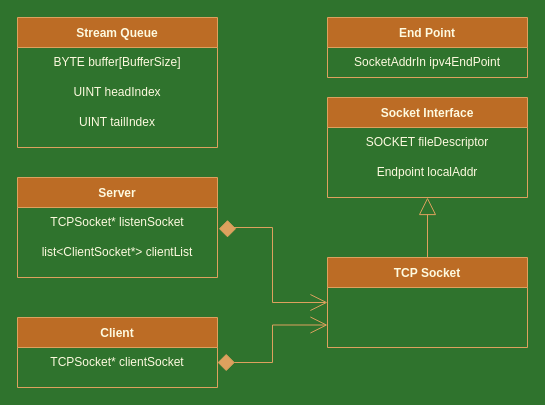
Above: Diagram.drawio in CrustPizza/ServerStudy (draw.io), before the change. Source tidied: cells renumbered, new cells numbered last; positions are measured from the earlier drawing's top-left corner, leaving out a move shared by most shapes. Both pictures are drawn from the tidied source at 100%, with x=0, y=0 at pixel (17, 17).
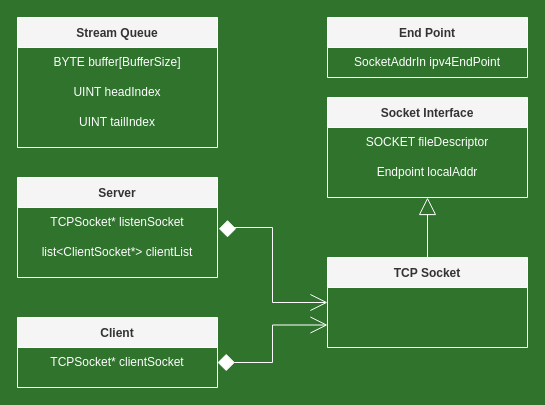
The same diagram, later.

Commit message (it also covers changes not shown here):
Diagram 재수정

What changed in the source:
```diff
@@
-    <mxCell id="2" value="Stream Queue" style="swimlane;startSize=30;fillColor=#BC6C25;strokeColor=#DDA15E;fontColor=#FEFAE0;" parent="1" vertex="1">
+    <mxCell id="2" value="Stream Queue" style="swimlane;startSize=30;fillColor=#f5f5f5;strokeColor=#FFFFFF;fontColor=#333333;labelBackgroundColor=none;" parent="1" vertex="1">
       <mxGeometry width="200" height="130" as="geometry" />
     </mxCell>
-    <mxCell id="3" value="BYTE buffer[BufferSize]" style="text;html=1;strokeColor=none;fillColor=none;align=center;verticalAlign=middle;whiteSpace=wrap;rounded=0;fontColor=#FEFAE0;" parent="2" vertex="1">
+    <mxCell id="3" value="BYTE buffer[BufferSize]" style="text;html=1;strokeColor=none;fillColor=none;align=center;verticalAlign=middle;whiteSpace=wrap;rounded=0;fontColor=#FFFFFF;" parent="2" vertex="1">
       <mxGeometry y="30" width="200" height="30" as="geometry" />
     </mxCell>
-    <mxCell id="4" value="UINT headIndex" style="text;html=1;strokeColor=none;fillColor=none;align=center;verticalAlign=middle;whiteSpace=wrap;rounded=0;fontColor=#FEFAE0;" parent="2" vertex="1">
+    <mxCell id="4" value="UINT headIndex" style="text;html=1;strokeColor=none;fillColor=none;align=center;verticalAlign=middle;whiteSpace=wrap;rounded=0;fontColor=#FFFFFF;" parent="2" vertex="1">
       <mxGeometry y="60" width="200" height="30" as="geometry" />
     </mxCell>
-    <mxCell id="5" value="UINT tailIndex" style="text;html=1;strokeColor=none;fillColor=none;align=center;verticalAlign=middle;whiteSpace=wrap;rounded=0;fontColor=#FEFAE0;" parent="2" vertex="1">
+    <mxCell id="5" value="UINT tailIndex" style="text;html=1;strokeColor=none;fillColor=none;align=center;verticalAlign=middle;whiteSpace=wrap;rounded=0;fontColor=#FFFFFF;labelBackgroundColor=none;labelBorderColor=none;" parent="2" vertex="1">
       <mxGeometry y="90" width="200" height="30" as="geometry" />
     </mxCell>
-    <mxCell id="6" style="edgeStyle=orthogonalEdgeStyle;rounded=0;jettySize=auto;html=1;entryX=0;entryY=0.5;entryDx=0;entryDy=0;startArrow=diamond;startFill=1;endArrow=open;endFill=0;startSize=15;endSize=15;targetPerimeterSpacing=0;strokeWidth=1;labelBackgroundColor=#283618;strokeColor=#DDA15E;fontColor=#FEFAE0;" parent="1" edge="1" target="11">
+    <mxCell id="6" style="edgeStyle=orthogonalEdgeStyle;rounded=0;jettySize=auto;html=1;entryX=0;entryY=0.5;entryDx=0;entryDy=0;startArrow=diamond;startFill=1;endArrow=open;endFill=0;startSize=15;endSize=15;targetPerimeterSpacing=0;strokeWidth=1;labelBackgroundColor=#283618;strokeColor=#FFFFFF;fontColor=#FEFAE0;" parent="1" edge="1" target="11">
       <mxGeometry relative="1" as="geometry">
         <mxPoint x="210" y="220" as="sourcePoint" />
         <Array as="points">
           <mxPoint x="210" y="210" />
           <mxPoint x="255" y="210" />
           <mxPoint x="255" y="285" />
         </Array>
       </mxGeometry>
     </mxCell>
-    <mxCell id="7" value="Server" style="swimlane;startSize=30;fillColor=#BC6C25;strokeColor=#DDA15E;fontColor=#FEFAE0;" parent="1" vertex="1">
+    <mxCell id="7" value="Server" style="swimlane;startSize=30;fillColor=#f5f5f5;strokeColor=#FFFFFF;fontColor=#333333;" parent="1" vertex="1">
       <mxGeometry y="160" width="200" height="100" as="geometry" />
     </mxCell>
-    <mxCell id="8" value="TCPSocket* listenSocket" style="text;html=1;strokeColor=none;fillColor=none;align=center;verticalAlign=middle;whiteSpace=wrap;rounded=0;fontColor=#FEFAE0;" parent="7" vertex="1">
+    <mxCell id="8" value="TCPSocket* listenSocket" style="text;html=1;strokeColor=none;fillColor=none;align=center;verticalAlign=middle;whiteSpace=wrap;rounded=0;fontColor=#FFFFFF;" parent="7" vertex="1">
       <mxGeometry y="30" width="200" height="30" as="geometry" />
     </mxCell>
-    <mxCell id="9" value="list&amp;lt;ClientSocket*&amp;gt; clientList" style="text;html=1;strokeColor=none;fillColor=none;align=center;verticalAlign=middle;whiteSpace=wrap;rounded=0;fontColor=#FEFAE0;" parent="7" vertex="1">
+    <mxCell id="9" value="list&amp;lt;ClientSocket*&amp;gt; clientList" style="text;html=1;strokeColor=none;fillColor=none;align=center;verticalAlign=middle;whiteSpace=wrap;rounded=0;fontColor=#FFFFFF;" parent="7" vertex="1">
       <mxGeometry y="60" width="200" height="30" as="geometry" />
     </mxCell>
-    <mxCell id="10" style="edgeStyle=orthogonalEdgeStyle;rounded=0;jettySize=auto;html=1;exitX=0.5;exitY=0;exitDx=0;exitDy=0;entryX=0.5;entryY=1;entryDx=0;entryDy=0;strokeWidth=1;startArrow=none;startFill=0;endArrow=block;endFill=0;targetPerimeterSpacing=0;endSize=15;labelBackgroundColor=#283618;strokeColor=#DDA15E;fontColor=#FEFAE0;" parent="1" edge="1" source="11" target="12">
+    <mxCell id="10" style="edgeStyle=orthogonalEdgeStyle;rounded=0;jettySize=auto;html=1;exitX=0.5;exitY=0;exitDx=0;exitDy=0;entryX=0.5;entryY=1;entryDx=0;entryDy=0;strokeWidth=1;startArrow=none;startFill=0;endArrow=block;endFill=0;targetPerimeterSpacing=0;endSize=15;labelBackgroundColor=#283618;strokeColor=#FFFFFF;fontColor=#FEFAE0;" parent="1" edge="1" source="11" target="12">
       <mxGeometry relative="1" as="geometry" />
     </mxCell>
-    <mxCell id="11" value="TCP Socket" style="swimlane;startSize=30;fillColor=#BC6C25;strokeColor=#DDA15E;fontColor=#FEFAE0;" parent="1" vertex="1">
+    <mxCell id="11" value="TCP Socket" style="swimlane;startSize=30;fillColor=#f5f5f5;strokeColor=#FFFFFF;fontColor=#333333;" parent="1" vertex="1">
       <mxGeometry x="310" y="240" width="200" height="90" as="geometry" />
     </mxCell>
-    <mxCell id="12" value="Socket Interface" style="swimlane;startSize=30;fillColor=#BC6C25;strokeColor=#DDA15E;fontColor=#FEFAE0;" parent="1" vertex="1">
+    <mxCell id="12" value="Socket Interface" style="swimlane;startSize=30;fillColor=#f5f5f5;strokeColor=#FFFFFF;fontColor=#333333;" parent="1" vertex="1">
       <mxGeometry x="310" y="80" width="200" height="100" as="geometry" />
     </mxCell>
-    <mxCell id="13" value="SOCKET fileDescriptor" style="text;html=1;strokeColor=none;fillColor=none;align=center;verticalAlign=middle;whiteSpace=wrap;rounded=0;fontColor=#FEFAE0;" parent="12" vertex="1">
+    <mxCell id="13" value="SOCKET fileDescriptor" style="text;html=1;strokeColor=none;fillColor=none;align=center;verticalAlign=middle;whiteSpace=wrap;rounded=0;fontColor=#FFFFFF;" parent="12" vertex="1">
       <mxGeometry y="30" width="200" height="30" as="geometry" />
     </mxCell>
-    <mxCell id="14" value="Endpoint localAddr" style="text;html=1;strokeColor=none;fillColor=none;align=center;verticalAlign=middle;whiteSpace=wrap;rounded=0;fontColor=#FEFAE0;" parent="12" vertex="1">
+    <mxCell id="14" value="Endpoint localAddr" style="text;html=1;strokeColor=none;fillColor=none;align=center;verticalAlign=middle;whiteSpace=wrap;rounded=0;fontColor=#FFFFFF;" parent="12" vertex="1">
       <mxGeometry y="60" width="200" height="30" as="geometry" />
     </mxCell>
-    <mxCell id="15" value="End Point" style="swimlane;startSize=30;fillColor=#BC6C25;strokeColor=#DDA15E;fontColor=#FEFAE0;" parent="1" vertex="1">
+    <mxCell id="15" value="End Point" style="swimlane;startSize=30;fillColor=#f5f5f5;strokeColor=#FFFFFF;fontColor=#333333;" parent="1" vertex="1">
       <mxGeometry x="310" width="200" height="60" as="geometry" />
     </mxCell>
-    <mxCell id="16" value="SocketAddrIn ipv4EndPoint" style="text;html=1;strokeColor=none;fillColor=none;align=center;verticalAlign=middle;whiteSpace=wrap;rounded=0;fontColor=#FEFAE0;" parent="15" vertex="1">
+    <mxCell id="16" value="SocketAddrIn ipv4EndPoint" style="text;html=1;strokeColor=none;fillColor=none;align=center;verticalAlign=middle;whiteSpace=wrap;rounded=0;fontColor=#FFFFFF;" parent="15" vertex="1">
       <mxGeometry y="30" width="200" height="30" as="geometry" />
     </mxCell>
-    <mxCell id="17" style="edgeStyle=orthogonalEdgeStyle;rounded=0;jettySize=auto;html=1;exitX=1;exitY=0.5;exitDx=0;exitDy=0;entryX=0;entryY=0.75;entryDx=0;entryDy=0;startArrow=diamond;startFill=1;endArrow=open;endFill=0;startSize=15;endSize=15;targetPerimeterSpacing=0;strokeWidth=1;labelBackgroundColor=#283618;strokeColor=#DDA15E;fontColor=#FEFAE0;" parent="1" edge="1" source="19" target="11">
+    <mxCell id="17" style="edgeStyle=orthogonalEdgeStyle;rounded=0;jettySize=auto;html=1;exitX=1;exitY=0.5;exitDx=0;exitDy=0;entryX=0;entryY=0.75;entryDx=0;entryDy=0;startArrow=diamond;startFill=1;endArrow=open;endFill=0;startSize=15;endSize=15;targetPerimeterSpacing=0;strokeWidth=1;labelBackgroundColor=#283618;strokeColor=#FFFFFF;fontColor=#FEFAE0;" parent="1" edge="1" source="19" target="11">
       <mxGeometry relative="1" as="geometry" />
     </mxCell>
-    <mxCell id="18" value="Client" style="swimlane;startSize=30;fillColor=#BC6C25;strokeColor=#DDA15E;fontColor=#FEFAE0;" parent="1" vertex="1">
+    <mxCell id="18" value="Client" style="swimlane;startSize=30;fillColor=#f5f5f5;strokeColor=#FFFFFF;fontColor=#333333;" parent="1" vertex="1">
       <mxGeometry y="300" width="200" height="70" as="geometry" />
     </mxCell>
-    <mxCell id="19" value="TCPSocket* clientSocket" style="text;html=1;strokeColor=none;fillColor=none;align=center;verticalAlign=middle;whiteSpace=wrap;rounded=0;fontColor=#FEFAE0;" parent="1" vertex="1">
+    <mxCell id="19" value="TCPSocket* clientSocket" style="text;html=1;strokeColor=none;fillColor=none;align=center;verticalAlign=middle;whiteSpace=wrap;rounded=0;fontColor=#FFFFFF;" parent="1" vertex="1">
       <mxGeometry y="330" width="200" height="30" as="geometry" />
     </mxCell>
```
